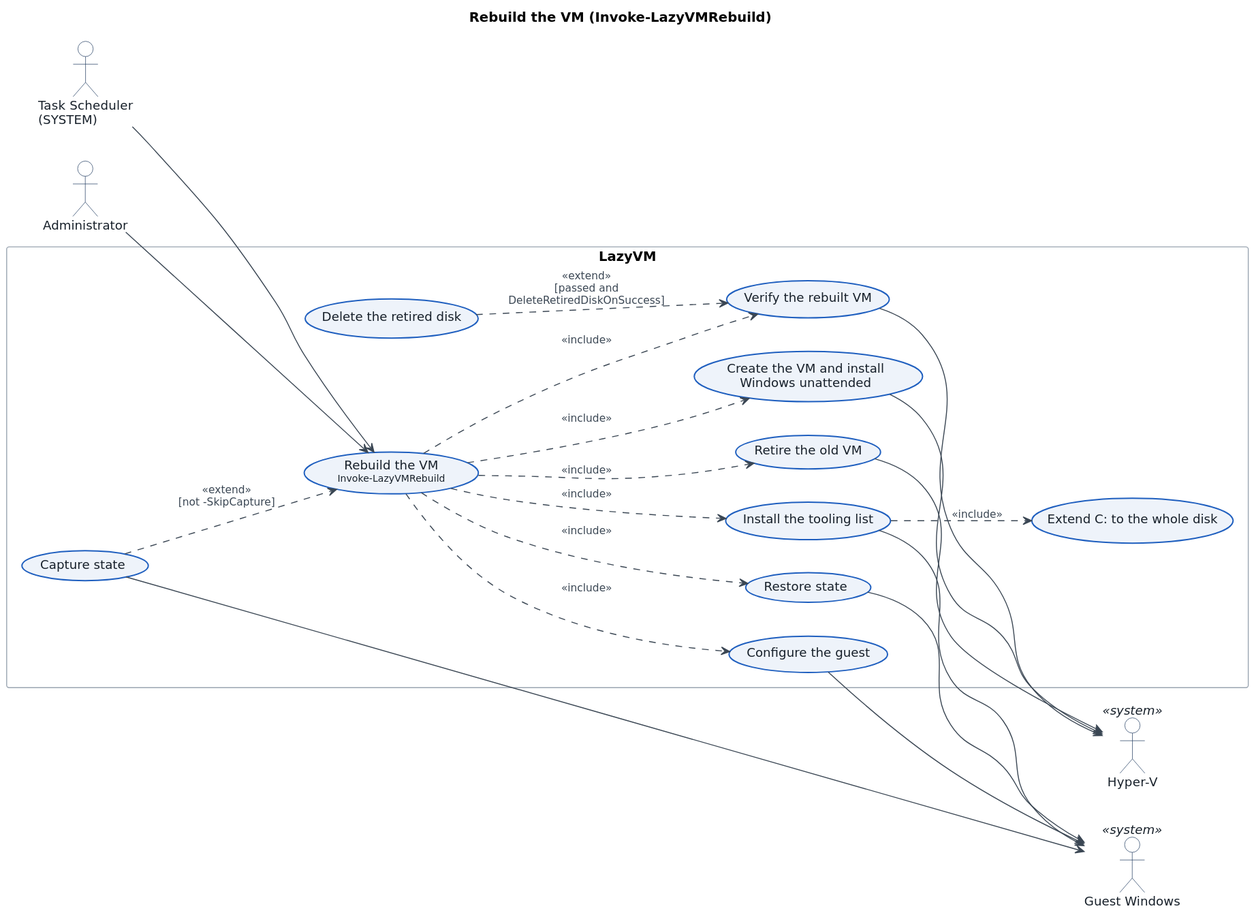
downerboy/LazyVM keeps this PlantUML diagram as docs/use-cases/04-rebuild.svg. Above is the earlier version.
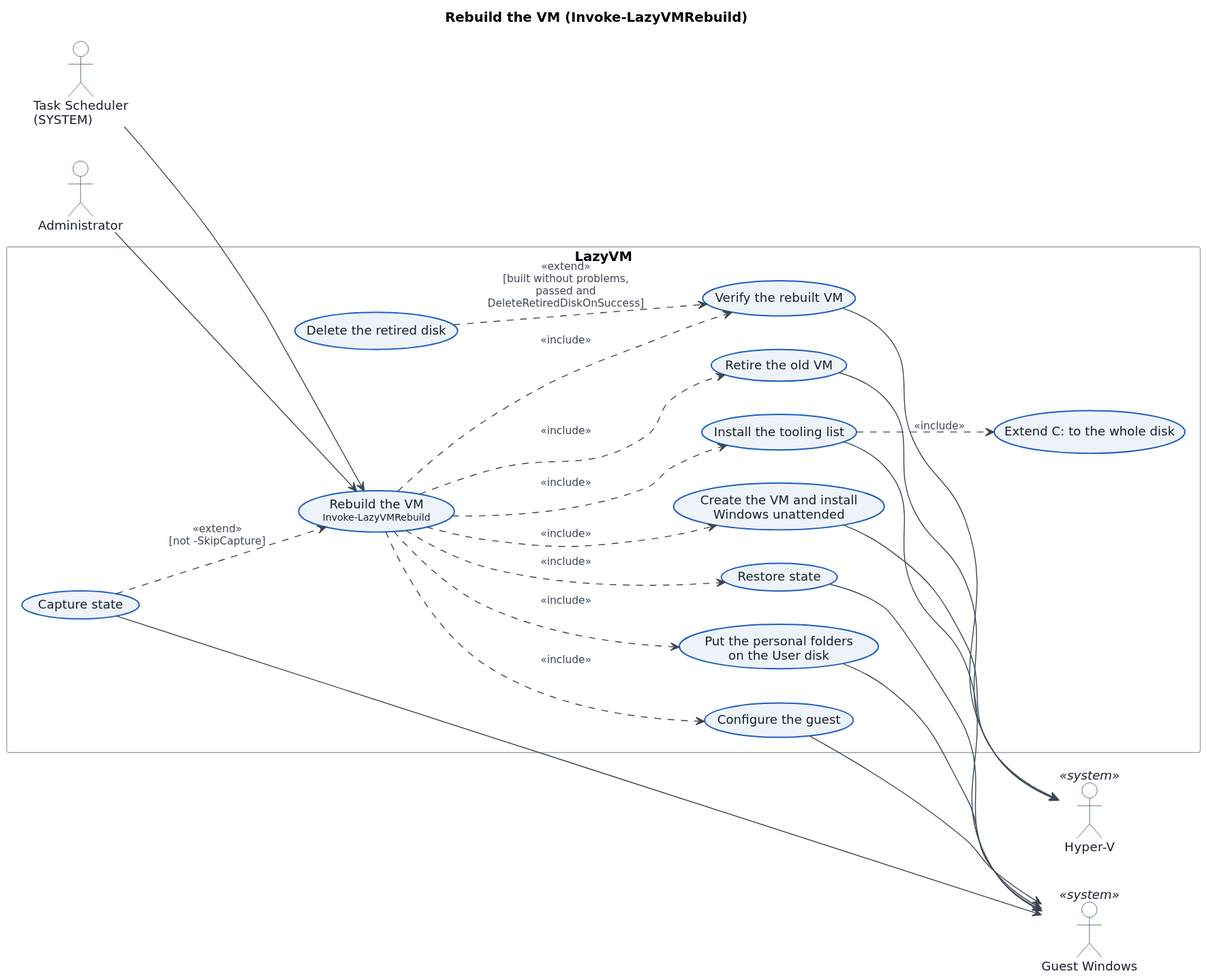
The same diagram one commit later.

What changed in the source:
```diff
@@ -5,8 +5,9 @@
 actor "Administrator" as Admin
 actor "Task Scheduler\n(SYSTEM)" as Sched
 
-rectangle "Massokissed.LazyVM" {
+rectangle "LazyVM" {
   usecase "Rebuild the VM\n<size:10>Invoke-LazyVMRebuild</size>" as Rebuild
+  usecase "Put the personal folders\non the User disk" as UserDisk
   usecase "Capture state" as Capture
   usecase "Retire the old VM" as Retire
   usecase "Create the VM and install\nWindows unattended" as CreateVM
@@ -25,6 +26,7 @@
 Sched --> Rebuild
 
 Capture ..> Rebuild : <<extend>>\n[not -SkipCapture]
+Rebuild ..> UserDisk : <<include>>
 Rebuild ..> Retire : <<include>>
 Rebuild ..> CreateVM : <<include>>
 Rebuild ..> Tooling : <<include>>
@@ -32,11 +34,12 @@
 Rebuild ..> Restore : <<include>>
 Rebuild ..> Verify : <<include>>
 Tooling ..> ExpandC : <<include>>
-DelRetired ..> Verify : <<extend>>\n[passed and\nDeleteRetiredDiskOnSuccess]
+DelRetired ..> Verify : <<extend>>\n[built without problems,\npassed and\nDeleteRetiredDiskOnSuccess]
 
 Retire --> HV
 CreateVM --> HV
 Verify --> HV
+UserDisk --> Guest
 Capture --> Guest
 Tooling --> Guest
 Configure --> Guest
```
